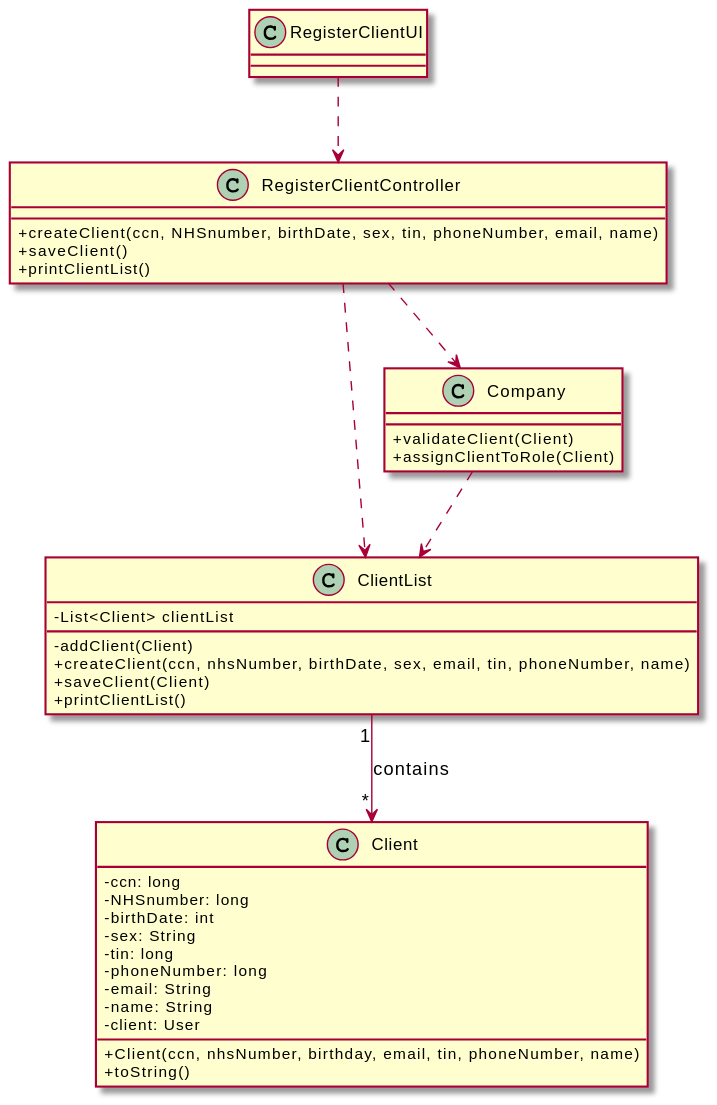
This is docs/SprintB/US_3/US03-CD.svg from RuiRioPina/LAPR2-20-21, a PlantUML export, as it was before one commit.
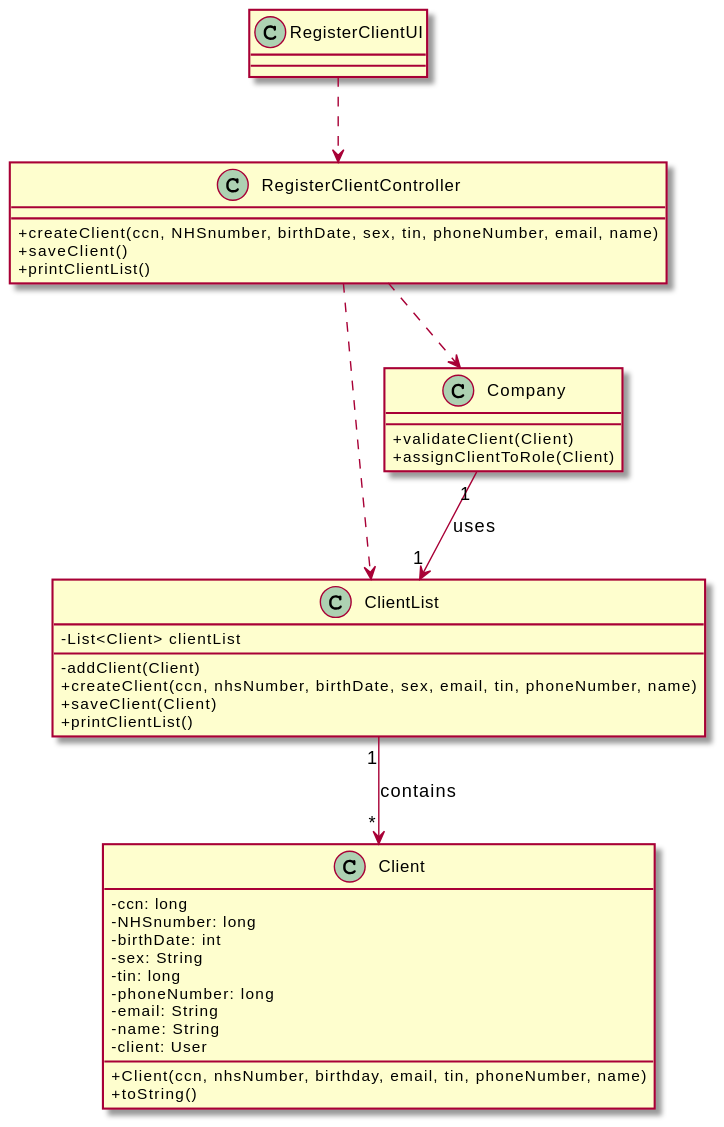
The same file after the commit.

Commit message:
Updating the CD by correcting a minor mistake on an arrow [US-03]

Diff of the diagram source:
```diff
@@ -37,6 +37,6 @@
 ClientList"1"  --> "*" Client : contains
 RegisterClientController ..> Company
 RegisterClientController ..> ClientList
-Company ..> ClientList
+Company "1" --> "1" ClientList : uses
 RegisterClientUI ..> RegisterClientController
 @enduml
```
